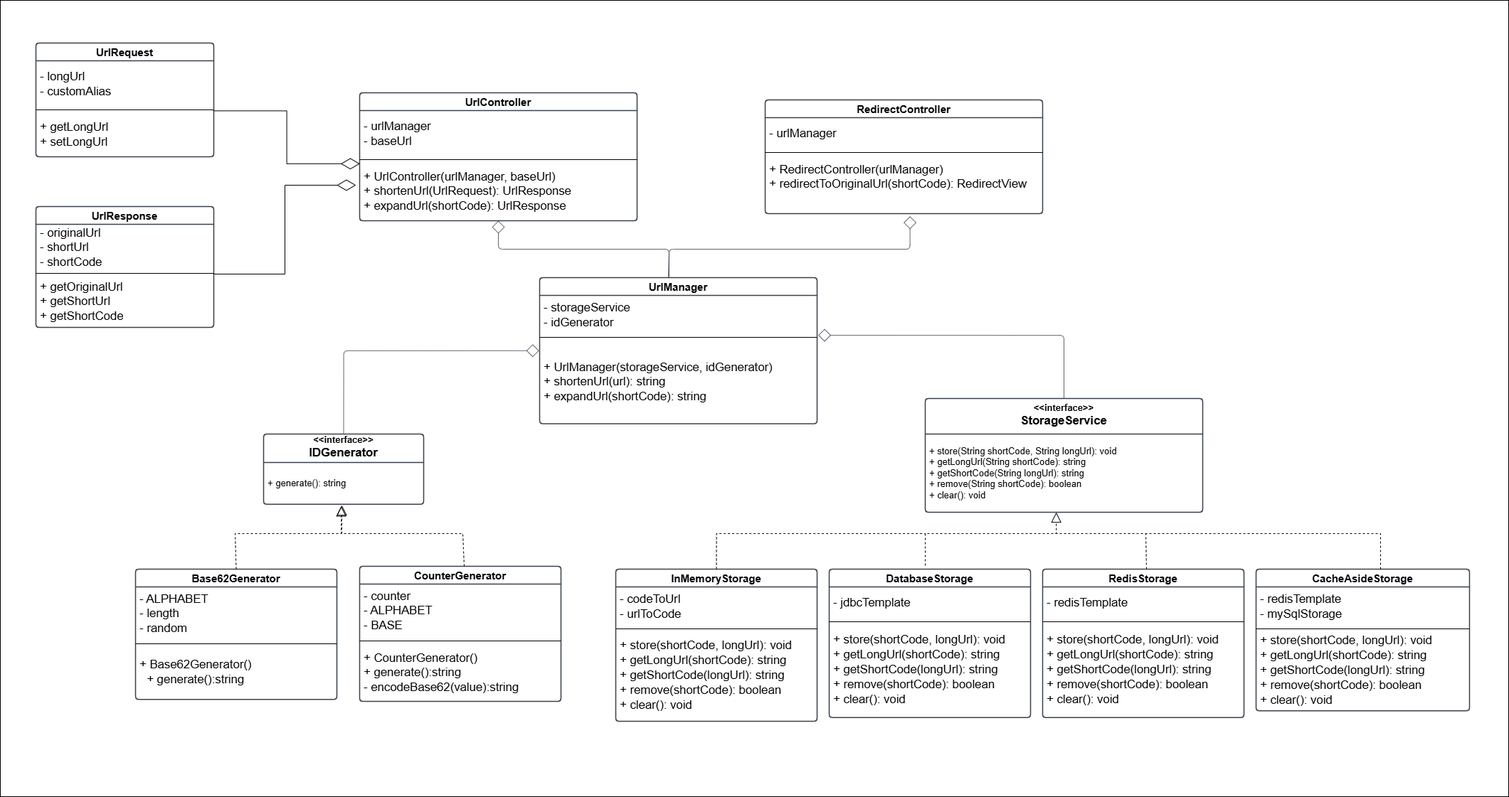
Above: assets/Url-shortener-class-Page.png in rahul07bagul/Design-Url-Shortener (draw.io), before the change. Source tidied: cells renumbered, new cells last; positions are measured from the earlier drawing's top-left corner, leaving out a move shared by most shapes.
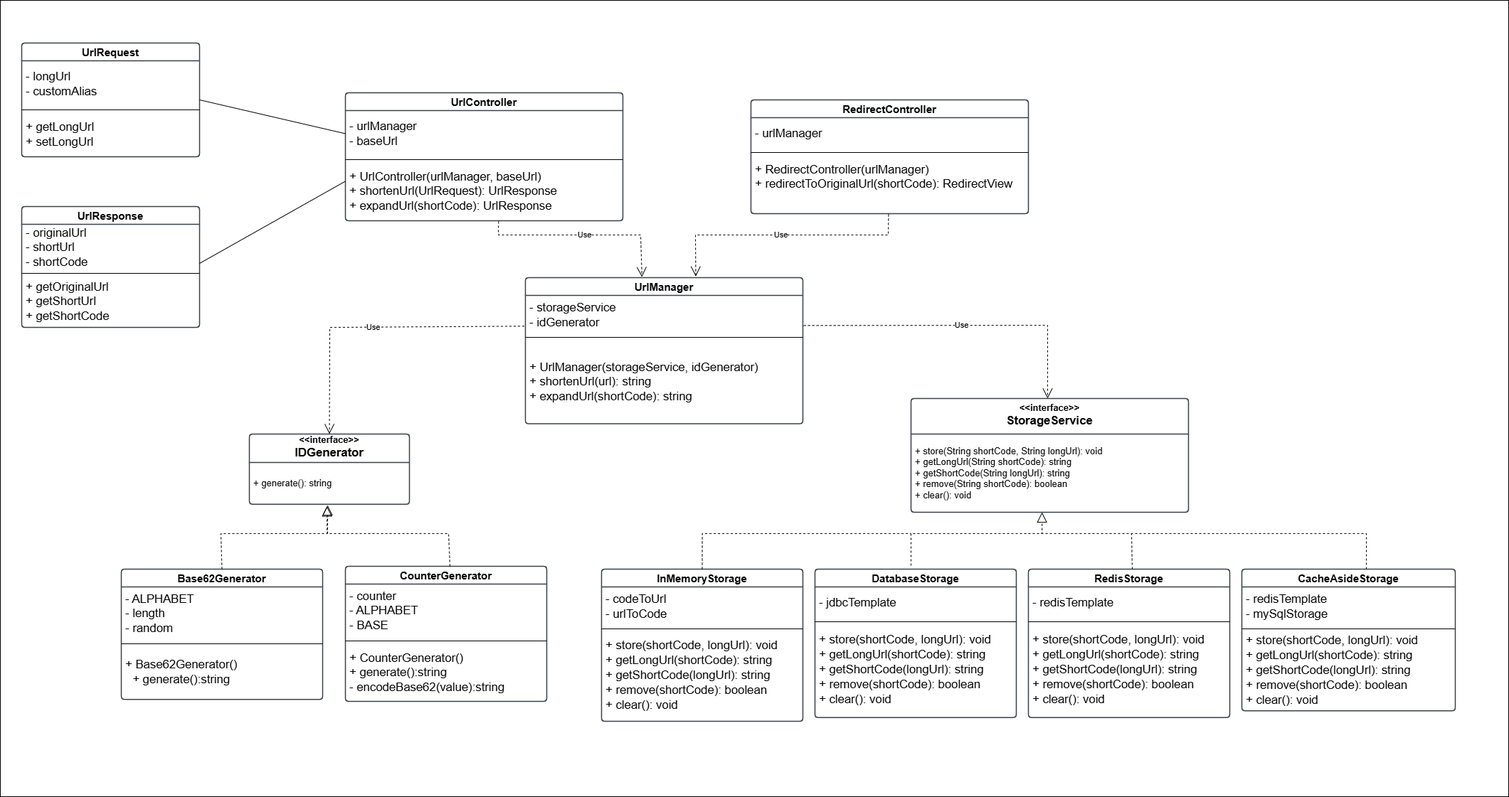
After the change.

Change to the diagram source:
```diff
@@ -3,7 +3,7 @@
     <mxCell id="0" />
     <mxCell id="1" parent="0" />
     <mxCell id="2" value="Object" style="html=1;whiteSpace=wrap;" parent="1" vertex="1">
-      <mxGeometry width="2120" height="1120" as="geometry" />
+      <mxGeometry x="20" width="2120" height="1120" as="geometry" />
     </mxCell>
     <mxCell id="3" value="CounterGenerator" style="html=1;overflow=block;blockSpacing=1;swimlane;horizontal=1;swimlaneFillColor=#ffffff;startSize=25;whiteSpace=wrap;fontSize=15;fontStyle=1;align=center;spacing=0;strokeColor=#3a414a;strokeOpacity=100;fillOpacity=100;rounded=1;absoluteArcSize=1;arcSize=9;fillColor=#ffffff;strokeWidth=1.5;" parent="1" vertex="1">
       <mxGeometry x="505" y="796" width="283" height="190" as="geometry" />
@@ -101,12 +101,6 @@
     <mxCell id="34" value="+ UrlManager(storageService, idGenerator)&#10;+ shortenUrl(url): string&#10;+ expandUrl(shortCode): string" style="html=1;strokeColor=none;fillColor=none;align=left;verticalAlign=middle;spacingLeft=4;spacingRight=4;overflow=hidden;swimlaneFillColor=#ffffff;strokeOpacity=100;fillOpacity=100;whiteSpace=wrap;fontSize=16.7;" parent="31" vertex="1">
       <mxGeometry y="88" width="390" height="117.5" as="geometry" />
     </mxCell>
-    <mxCell id="35" style="html=1;jettySize=18;whiteSpace=wrap;fontSize=13;strokeColor=#3a414a;strokeOpacity=100;strokeWidth=0.8;rounded=1;arcSize=12;edgeStyle=orthogonalEdgeStyle;startArrow=none;endArrow=diamond;endFill=0;endSize=16;exitX=0.5;exitY=-0.008;exitPerimeter=0;entryX=-0.002;entryY=0.5;entryPerimeter=0;lucidId=QEkYrh5_GlP-;" parent="1" edge="1" source="7" target="31">
-      <mxGeometry relative="1" as="geometry" />
-    </mxCell>
-    <mxCell id="36" style="html=1;jettySize=18;whiteSpace=wrap;fontSize=13;strokeColor=#3a414a;strokeOpacity=100;strokeWidth=0.8;rounded=1;arcSize=12;edgeStyle=orthogonalEdgeStyle;startArrow=none;endArrow=diamond;endFill=0;endSize=16;exitX=0.5;exitY=0;lucidId=QEkYrh5_GlP-;exitDx=0;exitDy=0;entryX=1.004;entryY=1.02;entryDx=0;entryDy=0;entryPerimeter=0;" parent="1" edge="1" source="13" target="32">
-      <mxGeometry relative="1" as="geometry" />
-    </mxCell>
     <mxCell id="37" style="endArrow=block;dashed=1;endFill=0;endSize=12;html=1;rounded=0;edgeStyle=orthogonalEdgeStyle;entryX=0.485;entryY=1.046;entryDx=0;entryDy=0;entryPerimeter=0;exitX=0.5;exitY=0;exitDx=0;exitDy=0;" parent="1" edge="1" source="9" target="8">
       <mxGeometry relative="1" as="geometry">
         <Array as="points">
@@ -188,26 +182,6 @@
     <mxCell id="50" value="+ RedirectController(urlManager)&lt;br&gt;+ redirectToOriginalUrl(shortCode):&amp;nbsp;RedirectView&amp;nbsp;&amp;nbsp;&lt;div&gt;&lt;br&gt;&lt;/div&gt;" style="html=1;strokeColor=none;fillColor=none;align=left;verticalAlign=middle;spacingLeft=4;spacingRight=4;overflow=hidden;points=[[0,0.5],[1,0.5]];portConstraint=eastwest;swimlaneFillColor=#ffffff;strokeOpacity=100;fillOpacity=100;whiteSpace=wrap;fontSize=16.7;" parent="47" vertex="1">
       <mxGeometry y="78" width="390" height="82" as="geometry" />
     </mxCell>
-    <mxCell id="51" style="html=1;jettySize=18;whiteSpace=wrap;fontSize=13;strokeColor=#3a414a;strokeOpacity=100;strokeWidth=0.8;rounded=1;arcSize=12;edgeStyle=orthogonalEdgeStyle;startArrow=none;endArrow=diamond;endFill=0;endSize=16;exitX=0.464;exitY=-0.003;lucidId=QEkYrh5_GlP-;exitDx=0;exitDy=0;entryX=0.522;entryY=1.046;entryDx=0;entryDy=0;entryPerimeter=0;exitPerimeter=0;" parent="1" edge="1" source="31" target="50">
-      <mxGeometry relative="1" as="geometry">
-        <Array as="points">
-          <mxPoint x="940" y="389" />
-          <mxPoint x="940" y="350" />
-          <mxPoint x="1279" y="350" />
-        </Array>
-      </mxGeometry>
-    </mxCell>
-    <mxCell id="52" style="html=1;jettySize=18;whiteSpace=wrap;fontSize=13;strokeColor=#3a414a;strokeOpacity=100;strokeWidth=0.8;rounded=1;arcSize=12;edgeStyle=orthogonalEdgeStyle;startArrow=none;endArrow=diamond;endFill=0;endSize=16;lucidId=QEkYrh5_GlP-;" parent="1" edge="1">
-      <mxGeometry relative="1" as="geometry">
-        <mxPoint x="940" y="390" as="sourcePoint" />
-        <mxPoint x="700" y="310" as="targetPoint" />
-        <Array as="points">
-          <mxPoint x="940" y="390" />
-          <mxPoint x="940" y="350" />
-          <mxPoint x="700" y="350" />
-        </Array>
-      </mxGeometry>
-    </mxCell>
     <mxCell id="53" value="UrlRequest" style="html=1;overflow=block;blockSpacing=1;swimlane;horizontal=1;swimlaneFillColor=#ffffff;startSize=25;whiteSpace=wrap;fontSize=15;fontStyle=1;align=center;spacing=0;strokeColor=#3a414a;strokeOpacity=100;fillOpacity=100;rounded=1;absoluteArcSize=1;arcSize=9;fillColor=#ffffff;strokeWidth=1.5;" parent="1" vertex="1">
       <mxGeometry x="50" y="60" width="250" height="160" as="geometry" />
     </mxCell>
@@ -232,17 +206,46 @@
     <mxCell id="60" value="+ getOriginalUrl&lt;div&gt;+ getShortUrl&lt;/div&gt;&lt;div&gt;+ getShortCode&lt;/div&gt;" style="html=1;strokeColor=none;fillColor=none;align=left;verticalAlign=middle;spacingLeft=4;spacingRight=4;overflow=hidden;swimlaneFillColor=#ffffff;strokeOpacity=100;fillOpacity=100;whiteSpace=wrap;fontSize=16.7;" parent="57" vertex="1">
       <mxGeometry y="98" width="250" height="72" as="geometry" />
     </mxCell>
-    <mxCell id="61" style="endArrow=diamondThin;endFill=0;endSize=24;html=1;rounded=0;exitX=0.998;exitY=-0.042;exitDx=0;exitDy=0;exitPerimeter=0;edgeStyle=orthogonalEdgeStyle;entryX=0.001;entryY=0.022;entryDx=0;entryDy=0;entryPerimeter=0;" parent="1" edge="1" source="56" target="46">
-      <mxGeometry relative="1" as="geometry" />
-    </mxCell>
-    <mxCell id="62" style="endArrow=diamondThin;endFill=0;endSize=24;html=1;rounded=0;exitX=0.998;exitY=-0.042;exitDx=0;exitDy=0;exitPerimeter=0;edgeStyle=orthogonalEdgeStyle;entryX=-0.013;entryY=0.39;entryDx=0;entryDy=0;entryPerimeter=0;" parent="1" edge="1" target="46">
-      <mxGeometry relative="1" as="geometry">
-        <mxPoint x="299.4" y="385" as="sourcePoint" />
-        <Array as="points">
-          <mxPoint x="400" y="385" />
-          <mxPoint x="400" y="260" />
-        </Array>
-      </mxGeometry>
-    </mxCell>
+    <mxCell id="63" style="endArrow=none;html=1;rounded=0;entryX=0;entryY=0.5;entryDx=0;entryDy=0;" parent="1" edge="1" target="44">
+      <mxGeometry relative="1" as="geometry">
+        <mxPoint x="300" y="140" as="sourcePoint" />
+      </mxGeometry>
+    </mxCell>
+    <mxCell id="64" style="endArrow=none;html=1;rounded=0;entryX=-0.001;entryY=0.325;entryDx=0;entryDy=0;entryPerimeter=0;" parent="1" edge="1" target="46">
+      <mxGeometry relative="1" as="geometry">
+        <mxPoint x="300" y="370" as="sourcePoint" />
+      </mxGeometry>
+    </mxCell>
+    <mxCell id="65" value="Use" style="endArrow=open;endSize=12;dashed=1;html=1;rounded=0;exitX=0.552;exitY=1.012;exitDx=0;exitDy=0;exitPerimeter=0;entryX=0.42;entryY=-0.004;entryDx=0;entryDy=0;entryPerimeter=0;" parent="1" edge="1" source="46" target="31">
+      <mxGeometry relative="1" as="geometry">
+        <Array as="points">
+          <mxPoint x="720" y="330" />
+          <mxPoint x="920" y="330" />
+        </Array>
+      </mxGeometry>
+    </mxCell>
+    <mxCell id="66" value="Use" style="endArrow=open;endSize=12;dashed=1;html=1;rounded=0;exitX=0.496;exitY=1.012;exitDx=0;exitDy=0;exitPerimeter=0;entryX=0.614;entryY=-0.008;entryDx=0;entryDy=0;entryPerimeter=0;" parent="1" edge="1" source="50" target="31">
+      <mxGeometry relative="1" as="geometry">
+        <Array as="points">
+          <mxPoint x="1268" y="330" />
+          <mxPoint x="997" y="330" />
+        </Array>
+      </mxGeometry>
+    </mxCell>
+    <mxCell id="67" value="Use" style="endArrow=open;endSize=12;dashed=1;html=1;rounded=0;exitX=-0.004;exitY=0.787;exitDx=0;exitDy=0;exitPerimeter=0;entryX=0.5;entryY=0;entryDx=0;entryDy=0;" parent="1" edge="1" source="32" target="7">
+      <mxGeometry relative="1" as="geometry">
+        <Array as="points">
+          <mxPoint x="483" y="460" />
+        </Array>
+      </mxGeometry>
+    </mxCell>
+    <mxCell id="68" value="Use" style="endArrow=open;endSize=12;dashed=1;html=1;rounded=0;exitX=1.003;exitY=0.77;exitDx=0;exitDy=0;exitPerimeter=0;entryX=0.5;entryY=0;entryDx=0;entryDy=0;" parent="1" edge="1" source="32">
+      <mxGeometry relative="1" as="geometry">
+        <mxPoint x="1492" y="560" as="targetPoint" />
+        <Array as="points">
+          <mxPoint x="1492" y="457" />
+        </Array>
+      </mxGeometry>
+    </mxCell>
   </root>
 </mxGraphModel>
```
